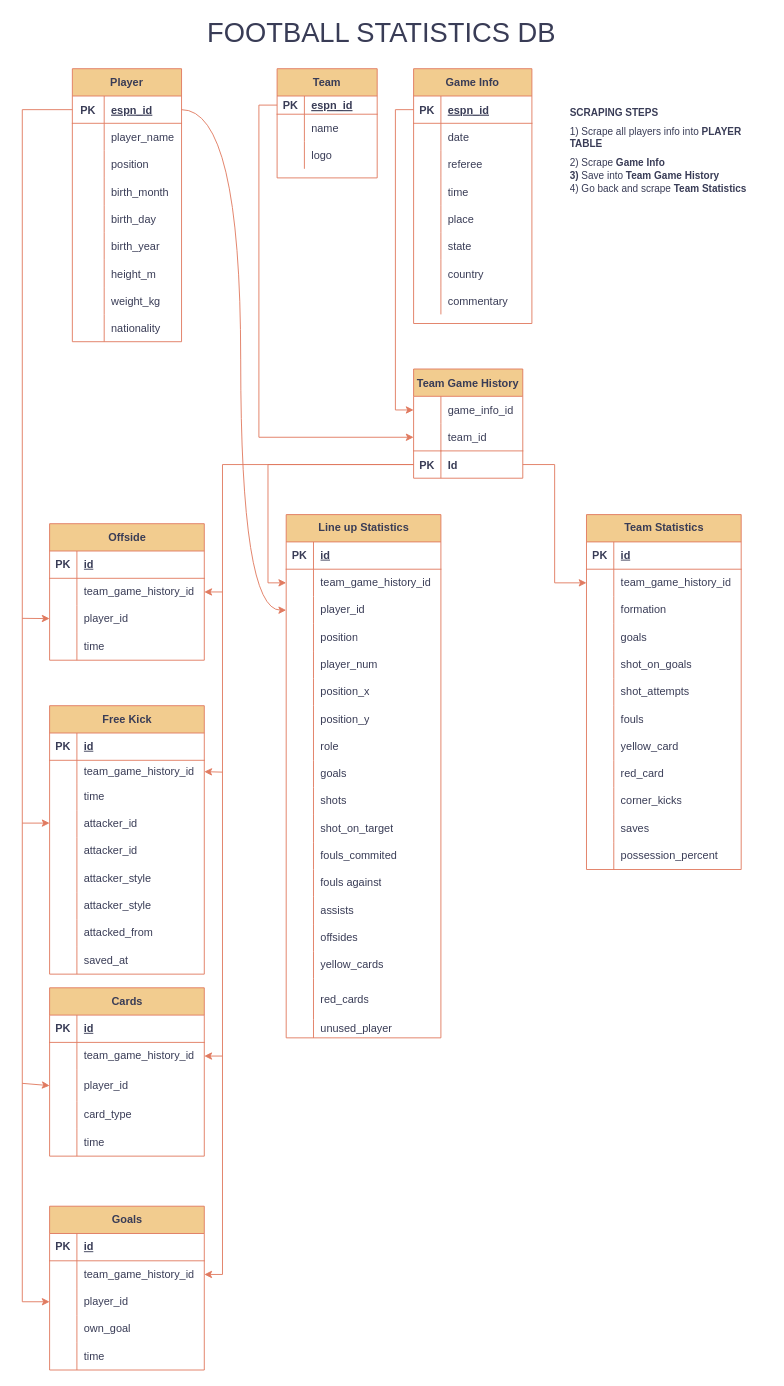
The draw.io diagram db/drawio schema.drawio in DDstar1/espn, before the edit. Source tidied: cells renumbered, new cells numbered last; positions are measured from the earlier drawing's top-left corner, leaving out a move shared by most shapes. Both pictures are drawn from the tidied source at 91%, with x=0, y=0 at pixel (22, 18).
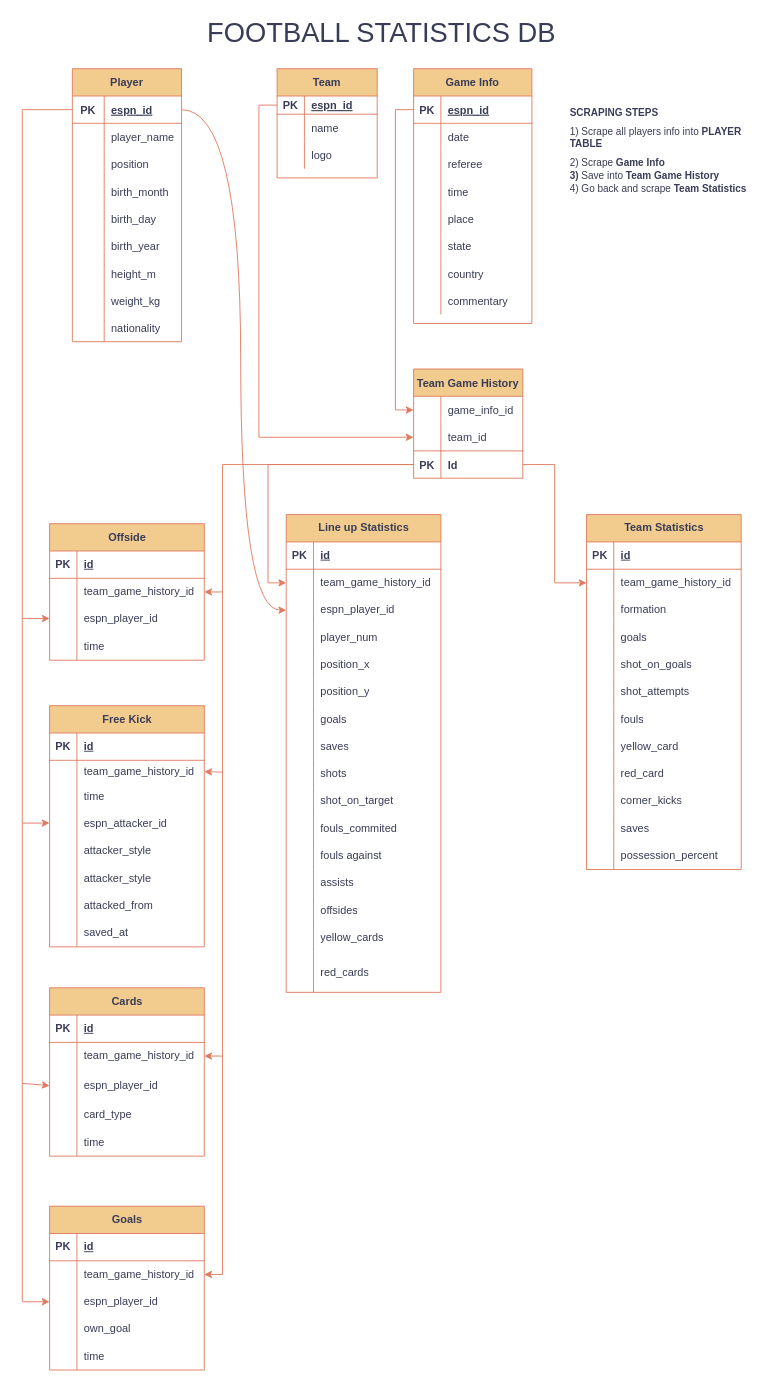
The same page after the edit.

The change refers to these unchanged cells:
```xml
<mxCell id="91" style="shape=tableRow;horizontal=0;startSize=0;swimlaneHead=0;swimlaneBody=0;fillColor=none;points=[[0,0.5],[1,0.5]];portConstraint=eastwest;top=0;left=0;right=0;bottom=0;labelBackgroundColor=none;strokeColor=#E07A5F;fontColor=#393C56;" parent="84" vertex="1">
  <mxGeometry y="90" width="170" height="30" as="geometry" />
</mxCell>
<mxCell id="107" style="shape=tableRow;horizontal=0;startSize=0;swimlaneHead=0;swimlaneBody=0;fillColor=none;points=[[0,0.5],[1,0.5]];portConstraint=eastwest;top=0;left=0;right=0;bottom=0;labelBackgroundColor=none;strokeColor=#E07A5F;fontColor=#393C56;" parent="100" vertex="1">
  <mxGeometry y="90" width="170" height="35" as="geometry" />
</mxCell>
<mxCell id="151" style="shape=tableRow;horizontal=0;startSize=0;swimlaneHead=0;swimlaneBody=0;fillColor=none;points=[[0,0.5],[1,0.5]];portConstraint=eastwest;top=0;left=0;right=0;bottom=0;labelBackgroundColor=none;strokeColor=#E07A5F;fontColor=#393C56;" parent="144" vertex="1">
  <mxGeometry y="90" width="170" height="30" as="geometry" />
</mxCell>
<mxCell id="195" style="shape=tableRow;horizontal=0;startSize=0;swimlaneHead=0;swimlaneBody=0;fillColor=none;points=[[0,0.5],[1,0.5]];portConstraint=eastwest;top=0;left=0;right=0;bottom=0;labelBackgroundColor=none;strokeColor=#E07A5F;fontColor=#393C56;" parent="188" vertex="1">
  <mxGeometry y="90" width="170" height="30" as="geometry" />
</mxCell>
```

The edit, as a diff of the source:
```diff
@@
-    <mxCell id="93" value="player_id" style="shape=partialRectangle;fillColor=none;top=0;left=0;bottom=0;right=0;align=left;spacingLeft=6;overflow=hidden;whiteSpace=wrap;html=1;labelBackgroundColor=none;strokeColor=#E07A5F;fontColor=#393C56;" parent="91" vertex="1">
+    <mxCell id="93" value="espn_player_id" style="shape=partialRectangle;fillColor=none;top=0;left=0;bottom=0;right=0;align=left;spacingLeft=6;overflow=hidden;whiteSpace=wrap;html=1;labelBackgroundColor=none;strokeColor=#E07A5F;fontColor=#393C56;" parent="91" vertex="1">
       <mxGeometry x="30" width="140" height="30" as="geometry" />
     </mxCell>
@@
-    <mxCell id="109" value="player_id" style="shape=partialRectangle;fillColor=none;top=0;left=0;bottom=0;right=0;align=left;spacingLeft=6;overflow=hidden;whiteSpace=wrap;html=1;labelBackgroundColor=none;strokeColor=#E07A5F;fontColor=#393C56;" parent="107" vertex="1">
+    <mxCell id="109" value="espn_player_id" style="shape=partialRectangle;fillColor=none;top=0;left=0;bottom=0;right=0;align=left;spacingLeft=6;overflow=hidden;whiteSpace=wrap;html=1;labelBackgroundColor=none;strokeColor=#E07A5F;fontColor=#393C56;" parent="107" vertex="1">
       <mxGeometry x="30" width="140" height="35" as="geometry" />
     </mxCell>
@@
     <mxCell id="116" value="Free Kick" style="shape=table;startSize=30;childLayout=tableLayout;rowLines=0;fontStyle=1;align=center;html=1;labelBackgroundColor=none;fillColor=#F2CC8F;strokeColor=#E07A5F;fontColor=#393C56;" parent="1" vertex="1">
-      <mxGeometry x="30" y="755" width="170" height="295" as="geometry" />
+      <mxGeometry x="30" y="755" width="170" height="265" as="geometry" />
     </mxCell>
@@
-    <mxCell id="126" style="shape=tableRow;horizontal=0;startSize=0;swimlaneHead=0;swimlaneBody=0;fillColor=none;top=0;left=0;right=0;bottom=0;labelBackgroundColor=none;strokeColor=#E07A5F;fontColor=#393C56;" parent="116" vertex="1">
-      <mxGeometry y="115" width="170" height="30" as="geometry" />
-    </mxCell>
-    <mxCell id="127" style="shape=partialRectangle;fillColor=none;top=0;left=0;bottom=0;right=0;overflow=hidden;whiteSpace=wrap;html=1;labelBackgroundColor=none;strokeColor=#E07A5F;fontColor=#393C56;" parent="126" vertex="1">
-      <mxGeometry width="30" height="30" as="geometry" />
-    </mxCell>
-    <mxCell id="128" value="attacker_id" style="shape=partialRectangle;fillColor=none;top=0;left=0;bottom=0;right=0;align=left;spacingLeft=6;overflow=hidden;whiteSpace=wrap;html=1;labelBackgroundColor=none;strokeColor=#E07A5F;fontColor=#393C56;" parent="126" vertex="1">
-      <mxGeometry x="30" width="140" height="30" as="geometry" />
-    </mxCell>
     <mxCell id="129" style="shape=tableRow;horizontal=0;startSize=0;swimlaneHead=0;swimlaneBody=0;fillColor=none;top=0;left=0;right=0;bottom=0;labelBackgroundColor=none;strokeColor=#E07A5F;fontColor=#393C56;" parent="116" vertex="1">
-      <mxGeometry y="145" width="170" height="30" as="geometry" />
+      <mxGeometry y="115" width="170" height="30" as="geometry" />
     </mxCell>
@@
-    <mxCell id="131" value="attacker_id" style="shape=partialRectangle;fillColor=none;top=0;left=0;bottom=0;right=0;align=left;spacingLeft=6;overflow=hidden;whiteSpace=wrap;html=1;labelBackgroundColor=none;strokeColor=#E07A5F;fontColor=#393C56;" parent="129" vertex="1">
+    <mxCell id="131" value="espn_attacker_id" style="shape=partialRectangle;fillColor=none;top=0;left=0;bottom=0;right=0;align=left;spacingLeft=6;overflow=hidden;whiteSpace=wrap;html=1;labelBackgroundColor=none;strokeColor=#E07A5F;fontColor=#393C56;" parent="129" vertex="1">
       <mxGeometry x="30" width="140" height="30" as="geometry" />
     </mxCell>
     <mxCell id="132" style="shape=tableRow;horizontal=0;startSize=0;swimlaneHead=0;swimlaneBody=0;fillColor=none;top=0;left=0;right=0;bottom=0;labelBackgroundColor=none;strokeColor=#E07A5F;fontColor=#393C56;" parent="116" vertex="1">
-      <mxGeometry y="175" width="170" height="30" as="geometry" />
+      <mxGeometry y="145" width="170" height="30" as="geometry" />
     </mxCell>
@@
     <mxCell id="135" style="shape=tableRow;horizontal=0;startSize=0;swimlaneHead=0;swimlaneBody=0;fillColor=none;top=0;left=0;right=0;bottom=0;labelBackgroundColor=none;strokeColor=#E07A5F;fontColor=#393C56;" parent="116" vertex="1">
-      <mxGeometry y="205" width="170" height="30" as="geometry" />
+      <mxGeometry y="175" width="170" height="30" as="geometry" />
     </mxCell>
@@
     <mxCell id="138" style="shape=tableRow;horizontal=0;startSize=0;swimlaneHead=0;swimlaneBody=0;fillColor=none;top=0;left=0;right=0;bottom=0;labelBackgroundColor=none;strokeColor=#E07A5F;fontColor=#393C56;" parent="116" vertex="1">
-      <mxGeometry y="235" width="170" height="30" as="geometry" />
+      <mxGeometry y="205" width="170" height="30" as="geometry" />
     </mxCell>
@@
     <mxCell id="141" style="shape=tableRow;horizontal=0;startSize=0;swimlaneHead=0;swimlaneBody=0;fillColor=none;top=0;left=0;right=0;bottom=0;labelBackgroundColor=none;strokeColor=#E07A5F;fontColor=#393C56;" parent="116" vertex="1">
-      <mxGeometry y="265" width="170" height="30" as="geometry" />
+      <mxGeometry y="235" width="170" height="30" as="geometry" />
     </mxCell>
@@
-    <mxCell id="153" value="player_id" style="shape=partialRectangle;fillColor=none;top=0;left=0;bottom=0;right=0;align=left;spacingLeft=6;overflow=hidden;whiteSpace=wrap;html=1;labelBackgroundColor=none;strokeColor=#E07A5F;fontColor=#393C56;" parent="151" vertex="1">
+    <mxCell id="153" value="espn_player_id" style="shape=partialRectangle;fillColor=none;top=0;left=0;bottom=0;right=0;align=left;spacingLeft=6;overflow=hidden;whiteSpace=wrap;html=1;labelBackgroundColor=none;strokeColor=#E07A5F;fontColor=#393C56;" parent="151" vertex="1">
       <mxGeometry x="30" width="140" height="30" as="geometry" />
     </mxCell>
@@
     <mxCell id="188" value="Line up Statistics" style="shape=table;startSize=30;childLayout=tableLayout;rowLines=0;fontStyle=1;align=center;html=1;labelBackgroundColor=none;fillColor=#F2CC8F;strokeColor=#E07A5F;fontColor=#393C56;" parent="1" vertex="1">
-      <mxGeometry x="290" y="545" width="170" height="575" as="geometry" />
+      <mxGeometry x="290" y="545" width="170" height="525" as="geometry" />
     </mxCell>
@@
-    <mxCell id="197" value="player_id" style="shape=partialRectangle;fillColor=none;top=0;left=0;bottom=0;right=0;align=left;spacingLeft=6;overflow=hidden;whiteSpace=wrap;html=1;labelBackgroundColor=none;strokeColor=#E07A5F;fontColor=#393C56;" parent="195" vertex="1">
+    <mxCell id="197" value="espn_player_id" style="shape=partialRectangle;fillColor=none;top=0;left=0;bottom=0;right=0;align=left;spacingLeft=6;overflow=hidden;whiteSpace=wrap;html=1;labelBackgroundColor=none;strokeColor=#E07A5F;fontColor=#393C56;" parent="195" vertex="1">
       <mxGeometry x="30" width="140" height="30" as="geometry" />
     </mxCell>
-    <mxCell id="198" style="shape=tableRow;horizontal=0;startSize=0;swimlaneHead=0;swimlaneBody=0;fillColor=none;top=0;left=0;right=0;bottom=0;labelBackgroundColor=none;strokeColor=#E07A5F;fontColor=#393C56;" parent="188" vertex="1">
-      <mxGeometry y="120" width="170" height="30" as="geometry" />
-    </mxCell>
-    <mxCell id="199" style="shape=partialRectangle;fillColor=none;top=0;left=0;bottom=0;right=0;overflow=hidden;whiteSpace=wrap;html=1;labelBackgroundColor=none;strokeColor=#E07A5F;fontColor=#393C56;" parent="198" vertex="1">
-      <mxGeometry width="30" height="30" as="geometry" />
-    </mxCell>
-    <mxCell id="200" value="position" style="shape=partialRectangle;fillColor=none;top=0;left=0;bottom=0;right=0;align=left;spacingLeft=6;overflow=hidden;whiteSpace=wrap;html=1;labelBackgroundColor=none;strokeColor=#E07A5F;fontColor=#393C56;" parent="198" vertex="1">
-      <mxGeometry x="30" width="140" height="30" as="geometry" />
-    </mxCell>
     <mxCell id="201" style="shape=tableRow;horizontal=0;startSize=0;swimlaneHead=0;swimlaneBody=0;fillColor=none;top=0;left=0;right=0;bottom=0;labelBackgroundColor=none;strokeColor=#E07A5F;fontColor=#393C56;" parent="188" vertex="1">
-      <mxGeometry y="150" width="170" height="30" as="geometry" />
+      <mxGeometry y="120" width="170" height="30" as="geometry" />
     </mxCell>
@@
     <mxCell id="204" style="shape=tableRow;horizontal=0;startSize=0;swimlaneHead=0;swimlaneBody=0;fillColor=none;top=0;left=0;right=0;bottom=0;labelBackgroundColor=none;strokeColor=#E07A5F;fontColor=#393C56;" parent="188" vertex="1">
-      <mxGeometry y="180" width="170" height="30" as="geometry" />
+      <mxGeometry y="150" width="170" height="30" as="geometry" />
     </mxCell>
@@
     <mxCell id="207" style="shape=tableRow;horizontal=0;startSize=0;swimlaneHead=0;swimlaneBody=0;fillColor=none;top=0;left=0;right=0;bottom=0;labelBackgroundColor=none;strokeColor=#E07A5F;fontColor=#393C56;" parent="188" vertex="1">
-      <mxGeometry y="210" width="170" height="30" as="geometry" />
+      <mxGeometry y="180" width="170" height="30" as="geometry" />
     </mxCell>
@@
-    <mxCell id="210" style="shape=tableRow;horizontal=0;startSize=0;swimlaneHead=0;swimlaneBody=0;fillColor=none;top=0;left=0;right=0;bottom=0;labelBackgroundColor=none;strokeColor=#E07A5F;fontColor=#393C56;" parent="188" vertex="1">
-      <mxGeometry y="240" width="170" height="30" as="geometry" />
-    </mxCell>
-    <mxCell id="211" style="shape=partialRectangle;fillColor=none;top=0;left=0;bottom=0;right=0;overflow=hidden;whiteSpace=wrap;html=1;labelBackgroundColor=none;strokeColor=#E07A5F;fontColor=#393C56;" parent="210" vertex="1">
-      <mxGeometry width="30" height="30" as="geometry" />
-    </mxCell>
-    <mxCell id="212" value="role" style="shape=partialRectangle;fillColor=none;top=0;left=0;bottom=0;right=0;align=left;spacingLeft=6;overflow=hidden;whiteSpace=wrap;html=1;labelBackgroundColor=none;strokeColor=#E07A5F;fontColor=#393C56;" parent="210" vertex="1">
-      <mxGeometry x="30" width="140" height="30" as="geometry" />
-    </mxCell>
     <mxCell id="213" style="shape=tableRow;horizontal=0;startSize=0;swimlaneHead=0;swimlaneBody=0;fillColor=none;top=0;left=0;right=0;bottom=0;labelBackgroundColor=none;strokeColor=#E07A5F;fontColor=#393C56;" parent="188" vertex="1">
-      <mxGeometry y="270" width="170" height="30" as="geometry" />
+      <mxGeometry y="210" width="170" height="30" as="geometry" />
     </mxCell>
@@
+    <mxCell id="210" style="shape=tableRow;horizontal=0;startSize=0;swimlaneHead=0;swimlaneBody=0;fillColor=none;top=0;left=0;right=0;bottom=0;labelBackgroundColor=none;strokeColor=#E07A5F;fontColor=#393C56;" parent="188" vertex="1">
+      <mxGeometry y="240" width="170" height="30" as="geometry" />
+    </mxCell>
+    <mxCell id="256" style="shape=partialRectangle;fillColor=none;top=0;left=0;bottom=0;right=0;overflow=hidden;whiteSpace=wrap;html=1;labelBackgroundColor=none;strokeColor=#E07A5F;fontColor=#393C56;" parent="210" vertex="1">
+      <mxGeometry width="30" height="30" as="geometry" />
+    </mxCell>
+    <mxCell id="257" value="saves" style="shape=partialRectangle;fillColor=none;top=0;left=0;bottom=0;right=0;align=left;spacingLeft=6;overflow=hidden;whiteSpace=wrap;html=1;labelBackgroundColor=none;strokeColor=#E07A5F;fontColor=#393C56;" parent="210" vertex="1">
+      <mxGeometry x="30" width="140" height="30" as="geometry" />
+    </mxCell>
     <mxCell id="216" style="shape=tableRow;horizontal=0;startSize=0;swimlaneHead=0;swimlaneBody=0;fillColor=none;top=0;left=0;right=0;bottom=0;labelBackgroundColor=none;strokeColor=#E07A5F;fontColor=#393C56;" parent="188" vertex="1">
-      <mxGeometry y="300" width="170" height="30" as="geometry" />
+      <mxGeometry y="270" width="170" height="30" as="geometry" />
     </mxCell>
@@
     <mxCell id="219" style="shape=tableRow;horizontal=0;startSize=0;swimlaneHead=0;swimlaneBody=0;fillColor=none;top=0;left=0;right=0;bottom=0;labelBackgroundColor=none;strokeColor=#E07A5F;fontColor=#393C56;" parent="188" vertex="1">
-      <mxGeometry y="330" width="170" height="30" as="geometry" />
+      <mxGeometry y="300" width="170" height="30" as="geometry" />
     </mxCell>
@@
     <mxCell id="222" style="shape=tableRow;horizontal=0;startSize=0;swimlaneHead=0;swimlaneBody=0;fillColor=none;top=0;left=0;right=0;bottom=0;labelBackgroundColor=none;strokeColor=#E07A5F;fontColor=#393C56;" parent="188" vertex="1">
-      <mxGeometry y="360" width="170" height="30" as="geometry" />
+      <mxGeometry y="330" width="170" height="30" as="geometry" />
     </mxCell>
@@
     <mxCell id="225" style="shape=tableRow;horizontal=0;startSize=0;swimlaneHead=0;swimlaneBody=0;fillColor=none;top=0;left=0;right=0;bottom=0;labelBackgroundColor=none;strokeColor=#E07A5F;fontColor=#393C56;" parent="188" vertex="1">
-      <mxGeometry y="390" width="170" height="30" as="geometry" />
+      <mxGeometry y="360" width="170" height="30" as="geometry" />
     </mxCell>
@@
     <mxCell id="228" style="shape=tableRow;horizontal=0;startSize=0;swimlaneHead=0;swimlaneBody=0;fillColor=none;top=0;left=0;right=0;bottom=0;labelBackgroundColor=none;strokeColor=#E07A5F;fontColor=#393C56;" parent="188" vertex="1">
-      <mxGeometry y="420" width="170" height="30" as="geometry" />
+      <mxGeometry y="390" width="170" height="30" as="geometry" />
     </mxCell>
@@
     <mxCell id="231" style="shape=tableRow;horizontal=0;startSize=0;swimlaneHead=0;swimlaneBody=0;fillColor=none;top=0;left=0;right=0;bottom=0;labelBackgroundColor=none;strokeColor=#E07A5F;fontColor=#393C56;" parent="188" vertex="1">
-      <mxGeometry y="450" width="170" height="30" as="geometry" />
+      <mxGeometry y="420" width="170" height="30" as="geometry" />
     </mxCell>
@@
     <mxCell id="234" style="shape=tableRow;horizontal=0;startSize=0;swimlaneHead=0;swimlaneBody=0;fillColor=none;top=0;left=0;right=0;bottom=0;labelBackgroundColor=none;strokeColor=#E07A5F;fontColor=#393C56;" parent="188" vertex="1">
-      <mxGeometry y="480" width="170" height="30" as="geometry" />
+      <mxGeometry y="450" width="170" height="30" as="geometry" />
     </mxCell>
@@
     <mxCell id="237" style="shape=tableRow;horizontal=0;startSize=0;swimlaneHead=0;swimlaneBody=0;fillColor=none;top=0;left=0;right=0;bottom=0;labelBackgroundColor=none;strokeColor=#E07A5F;fontColor=#393C56;" parent="188" vertex="1">
-      <mxGeometry y="510" width="170" height="45" as="geometry" />
+      <mxGeometry y="480" width="170" height="45" as="geometry" />
     </mxCell>
@@
-    <mxCell id="240" style="shape=tableRow;horizontal=0;startSize=0;swimlaneHead=0;swimlaneBody=0;fillColor=none;top=0;left=0;right=0;bottom=0;labelBackgroundColor=none;strokeColor=#E07A5F;fontColor=#393C56;" parent="188" vertex="1">
-      <mxGeometry y="555" width="170" height="20" as="geometry" />
-    </mxCell>
-    <mxCell id="241" style="shape=partialRectangle;fillColor=none;top=0;left=0;bottom=0;right=0;overflow=hidden;whiteSpace=wrap;html=1;labelBackgroundColor=none;strokeColor=#E07A5F;fontColor=#393C56;" parent="240" vertex="1">
-      <mxGeometry width="30" height="20" as="geometry" />
-    </mxCell>
-    <mxCell id="242" value="unused_player" style="shape=partialRectangle;fillColor=none;top=0;left=0;bottom=0;right=0;align=left;spacingLeft=6;overflow=hidden;whiteSpace=wrap;html=1;labelBackgroundColor=none;strokeColor=#E07A5F;fontColor=#393C56;" parent="240" vertex="1">
-      <mxGeometry x="30" width="140" height="20" as="geometry" />
-    </mxCell>
```
